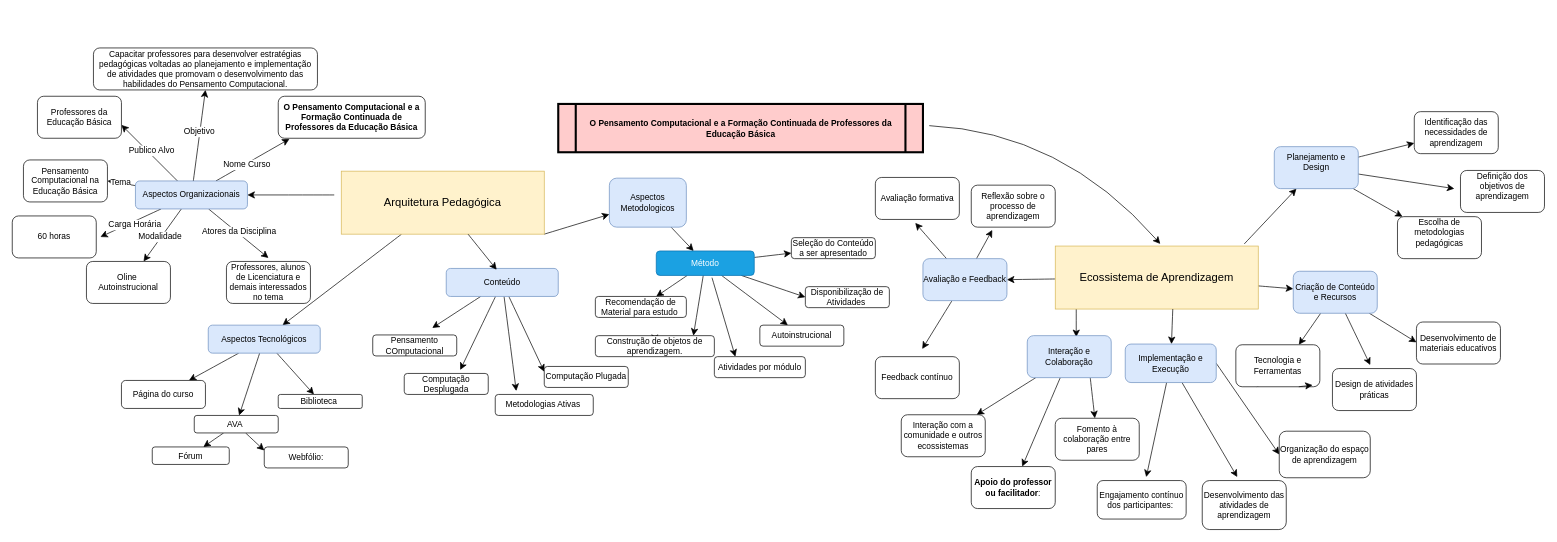
Above: Desgner Formação.drawio in RosianeSangali/RosianeSangali (draw.io), before the change. Source tidied: cells renumbered, new cells numbered last; positions are measured from the earlier drawing's top-left corner, leaving out a move shared by most shapes. Both pictures are drawn from the tidied source at 70%, with x=0, y=0 at pixel (12, 48).
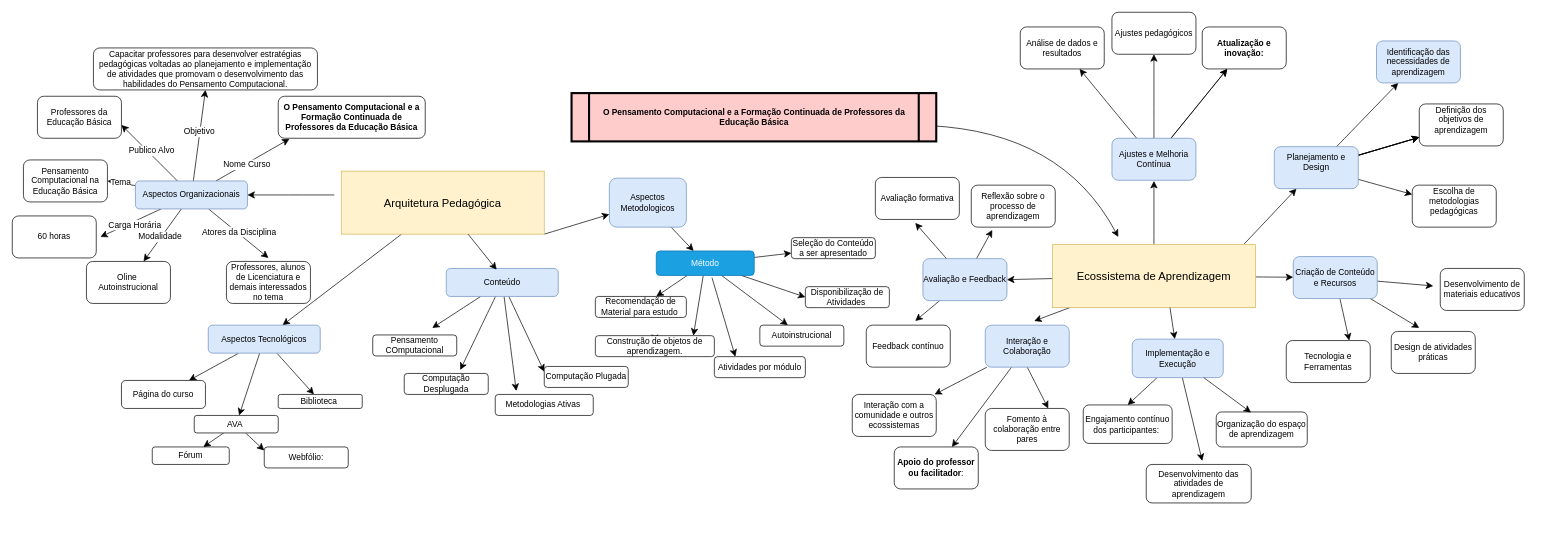
Above is the later version.

Unchanged cells that the change refers to:
```xml
<mxCell id="76" value="&#10;Planejamento e Design&#10;&#10;" style="rounded=1;whiteSpace=wrap;html=1;fillColor=#dae8fc;strokeColor=#6c8ebf;" parent="1" vertex="1">
  <mxGeometry x="1802.9" y="141" width="120" height="60" as="geometry" />
</mxCell>
<mxCell id="91" value="Avaliação e Feedback" style="rounded=1;whiteSpace=wrap;html=1;fillColor=#dae8fc;strokeColor=#6c8ebf;" parent="1" vertex="1">
  <mxGeometry x="1301" y="301" width="120" height="60" as="geometry" />
</mxCell>
```

What changed in the source:
```diff
@@
     <mxCell id="2" style="edgeStyle=none;curved=1;rounded=0;orthogonalLoop=1;jettySize=auto;html=1;fontSize=12;startSize=8;endSize=8;" parent="1" edge="1">
       <mxGeometry relative="1" as="geometry">
         <mxPoint x="1310" y="111" as="sourcePoint" />
-        <mxPoint x="1640" y="280" as="targetPoint" />
+        <mxPoint x="1580" y="270" as="targetPoint" />
         <Array as="points">
           <mxPoint x="1500" y="120" />
         </Array>
       </mxGeometry>
     </mxCell>
     <mxCell id="3" value="O Pensamento Computacional e a Formação Continuada de Professores da Educação Básica" style="shape=process;whiteSpace=wrap;align=center;verticalAlign=middle;size=0.0475;fontStyle=1;strokeWidth=3;fillColor=#FFCCCC;" parent="1" vertex="1">
-      <mxGeometry x="780" y="80" width="521" height="69" as="geometry" />
+      <mxGeometry x="799" y="64.5" width="521" height="69" as="geometry" />
     </mxCell>
@@
-    <mxCell id="5" style="edgeStyle=none;curved=1;rounded=0;orthogonalLoop=1;jettySize=auto;html=1;fontSize=12;startSize=8;endSize=8;" parent="1" edge="1">
-      <mxGeometry relative="1" as="geometry">
-        <mxPoint x="1520" y="370" as="sourcePoint" />
-        <mxPoint x="1520" y="413" as="targetPoint" />
-      </mxGeometry>
-    </mxCell>
@@
+    <mxCell id="112" style="edgeStyle=none;curved=1;rounded=0;jettySize=auto;html=1;fontSize=12;startSize=8;endSize=8;" parent="1" edge="1" source="8">
+      <mxGeometry relative="1" as="geometry">
+        <mxPoint x="1460" y="390" as="targetPoint" />
+      </mxGeometry>
+    </mxCell>
+    <mxCell id="113" style="edgeStyle=none;curved=1;rounded=0;jettySize=auto;html=1;fontSize=12;startSize=8;endSize=8;" parent="1" edge="1" source="8">
+      <mxGeometry relative="1" as="geometry">
+        <mxPoint x="1631" y="190" as="targetPoint" />
+      </mxGeometry>
+    </mxCell>
     <mxCell id="8" value="Ecossistema de Aprendizagem" style="text;strokeColor=#d6b656;fillColor=#fff2cc;html=1;align=center;verticalAlign=middle;whiteSpace=wrap;rounded=0;fontSize=16;" parent="1" vertex="1">
-      <mxGeometry x="1490" y="283" width="290" height="90" as="geometry" />
+      <mxGeometry x="1486" y="281" width="290" height="90" as="geometry" />
     </mxCell>
@@
-    <mxCell id="73" style="edgeStyle=none;curved=1;rounded=0;jettySize=auto;html=1;fontSize=12;startSize=8;endSize=8;" parent="1" edge="1" source="76">
-      <mxGeometry relative="1" as="geometry">
-        <mxPoint x="2060.1" y="201" as="targetPoint" />
-      </mxGeometry>
-    </mxCell>
+    <mxCell id="75" style="edgeStyle=none;curved=1;rounded=0;jettySize=auto;html=1;fontSize=12;startSize=8;endSize=8;" parent="1" edge="1" source="76" target="94">
+      <mxGeometry relative="1" as="geometry" />
+    </mxCell>
-    <mxCell id="74" style="edgeStyle=none;curved=1;rounded=0;jettySize=auto;html=1;fontSize=12;startSize=8;endSize=8;entryX=0;entryY=0.75;entryDx=0;entryDy=0;" parent="1" edge="1" source="76" target="92">
+    <mxCell id="74" style="edgeStyle=none;curved=1;rounded=0;jettySize=auto;html=1;fontSize=12;startSize=8;endSize=8;" parent="1" edge="1" source="76" target="92">
       <mxGeometry relative="1" as="geometry" />
     </mxCell>
-    <mxCell id="75" style="edgeStyle=none;curved=1;rounded=0;jettySize=auto;html=1;fontSize=12;startSize=8;endSize=8;" parent="1" edge="1" source="76" target="94">
-      <mxGeometry relative="1" as="geometry" />
-    </mxCell>
+    <mxCell id="114" style="edgeStyle=none;curved=1;rounded=0;jettySize=auto;html=1;fontSize=12;startSize=8;endSize=8;" parent="1" edge="1" source="76" target="93">
+      <mxGeometry relative="1" as="geometry" />
+    </mxCell>
+    <mxCell id="115" style="edgeStyle=none;curved=1;rounded=0;jettySize=auto;html=1;fontSize=12;startSize=8;endSize=8;" parent="1" edge="1" source="76" target="93">
+      <mxGeometry relative="1" as="geometry" />
+    </mxCell>
+    <mxCell id="116" style="edgeStyle=none;curved=1;rounded=0;jettySize=auto;html=1;fontSize=12;startSize=8;endSize=8;" parent="1" edge="1" source="76" target="93">
+      <mxGeometry relative="1" as="geometry" />
+    </mxCell>
+    <mxCell id="117" style="edgeStyle=none;curved=1;rounded=0;jettySize=auto;html=1;fontSize=12;startSize=8;endSize=8;" parent="1" edge="1" source="76" target="93">
+      <mxGeometry relative="1" as="geometry" />
+    </mxCell>
@@
-    <mxCell id="77" style="edgeStyle=none;curved=1;rounded=0;jettySize=auto;html=1;fontSize=12;startSize=8;endSize=8;exitX=0.75;exitY=1;exitDx=0;exitDy=0;" parent="1" edge="1" source="80" target="103">
+    <mxCell id="77" style="edgeStyle=none;curved=1;rounded=0;jettySize=auto;html=1;fontSize=12;startSize=8;endSize=8;exitX=0.5;exitY=1;exitDx=0;exitDy=0;entryX=0.75;entryY=0;entryDx=0;entryDy=0;" parent="1" edge="1" source="80" target="103">
       <mxGeometry relative="1" as="geometry" />
     </mxCell>
@@
     <mxCell id="80" value="Interação e Colaboração" style="rounded=1;whiteSpace=wrap;html=1;fillColor=#dae8fc;strokeColor=#6c8ebf;" parent="1" vertex="1">
-      <mxGeometry x="1450" y="411" width="120" height="60" as="geometry" />
+      <mxGeometry x="1390" y="396" width="120" height="60" as="geometry" />
     </mxCell>
     <mxCell id="81" style="edgeStyle=none;curved=1;rounded=0;jettySize=auto;html=1;fontSize=12;startSize=8;endSize=8;" parent="1" edge="1" source="84">
       <mxGeometry relative="1" as="geometry">
-        <mxPoint x="2006" y="420.5" as="targetPoint" />
+        <mxPoint x="2030" y="340" as="targetPoint" />
       </mxGeometry>
     </mxCell>
     <mxCell id="82" style="edgeStyle=none;curved=1;rounded=0;jettySize=auto;html=1;fontSize=12;startSize=8;endSize=8;" parent="1" edge="1" source="84">
       <mxGeometry relative="1" as="geometry">
-        <mxPoint x="1940" y="453" as="targetPoint" />
+        <mxPoint x="2010" y="400" as="targetPoint" />
       </mxGeometry>
     </mxCell>
@@
     <mxCell id="84" value="Criação de Conteúdo e Recursos" style="rounded=1;whiteSpace=wrap;html=1;fillColor=#dae8fc;strokeColor=#6c8ebf;" parent="1" vertex="1">
-      <mxGeometry x="1830" y="319" width="120" height="60" as="geometry" />
+      <mxGeometry x="1830" y="298" width="120" height="60" as="geometry" />
     </mxCell>
-    <mxCell id="85" style="edgeStyle=none;curved=1;rounded=0;jettySize=auto;html=1;entryX=0;entryY=0.5;entryDx=0;entryDy=0;fontSize=12;startSize=8;endSize=8;exitX=1;exitY=0.5;exitDx=0;exitDy=0;" parent="1" edge="1" source="107" target="100">
-      <mxGeometry relative="1" as="geometry" />
-    </mxCell>
-    <mxCell id="86" style="edgeStyle=none;curved=1;rounded=0;jettySize=auto;html=1;fontSize=12;startSize=8;endSize=8;" parent="1" edge="1" source="107">
-      <mxGeometry relative="1" as="geometry">
-        <mxPoint x="1750" y="613" as="targetPoint" />
-      </mxGeometry>
-    </mxCell>
-    <mxCell id="87" style="edgeStyle=none;curved=1;rounded=0;jettySize=auto;html=1;fontSize=12;startSize=8;endSize=8;" parent="1" edge="1" source="107">
-      <mxGeometry relative="1" as="geometry">
-        <mxPoint x="1620" y="613" as="targetPoint" />
-      </mxGeometry>
-    </mxCell>
@@
     <mxCell id="90" style="edgeStyle=none;curved=1;rounded=0;jettySize=auto;html=1;fontSize=12;startSize=8;endSize=8;" parent="1" edge="1" source="91">
       <mxGeometry relative="1" as="geometry">
-        <mxPoint x="1300" y="430" as="targetPoint" />
+        <mxPoint x="1290" y="390" as="targetPoint" />
       </mxGeometry>
     </mxCell>
@@
-    <mxCell id="92" value="&lt;br&gt;Identificação das necessidades de aprendizagem&lt;div&gt;&lt;br&gt;&lt;/div&gt;" style="rounded=1;whiteSpace=wrap;html=1;" parent="1" vertex="1">
-      <mxGeometry x="2002.9" y="91" width="120" height="60" as="geometry" />
-    </mxCell>
     <mxCell id="93" value="&#10;Definição dos objetivos de aprendizagem&#10;&#10;" style="rounded=1;whiteSpace=wrap;html=1;" parent="1" vertex="1">
-      <mxGeometry x="2068.9" y="175" width="120" height="60" as="geometry" />
+      <mxGeometry x="2010" y="80" width="120" height="60" as="geometry" />
     </mxCell>
     <mxCell id="94" value="&#10;Escolha de metodologias pedagógicas&#10;&#10;" style="rounded=1;whiteSpace=wrap;html=1;" parent="1" vertex="1">
-      <mxGeometry x="1978.9" y="241" width="120" height="60" as="geometry" />
+      <mxGeometry x="2000" y="196" width="120" height="60" as="geometry" />
     </mxCell>
@@
     <mxCell id="96" value="Desenvolvimento de materiais educativos" style="rounded=1;whiteSpace=wrap;html=1;" parent="1" vertex="1">
-      <mxGeometry x="2006" y="391.5" width="120" height="60" as="geometry" />
+      <mxGeometry x="2040" y="315" width="120" height="60" as="geometry" />
     </mxCell>
     <mxCell id="97" value="Design de atividades práticas" style="rounded=1;whiteSpace=wrap;html=1;" parent="1" vertex="1">
-      <mxGeometry x="1886" y="458" width="120" height="60" as="geometry" />
+      <mxGeometry x="1970" y="405" width="120" height="60" as="geometry" />
     </mxCell>
-    <mxCell id="98" style="edgeStyle=none;curved=1;rounded=0;jettySize=auto;html=1;exitX=0.25;exitY=1;exitDx=0;exitDy=0;fontSize=12;startSize=8;endSize=8;" parent="1" edge="1" source="99">
-      <mxGeometry relative="1" as="geometry">
-        <mxPoint x="1800" y="473" as="targetPoint" />
-      </mxGeometry>
-    </mxCell>
     <mxCell id="99" value="Tecnologia e Ferramentas" style="rounded=1;whiteSpace=wrap;html=1;" parent="1" vertex="1">
-      <mxGeometry x="1748" y="424" width="120" height="60" as="geometry" />
+      <mxGeometry x="1820" y="418" width="120" height="60" as="geometry" />
     </mxCell>
     <mxCell id="100" value="Organização do espaço de aprendizagem" style="rounded=1;whiteSpace=wrap;html=1;" parent="1" vertex="1">
-      <mxGeometry x="1810" y="547.5" width="130" height="66.5" as="geometry" />
+      <mxGeometry x="1720" y="520" width="130" height="50" as="geometry" />
     </mxCell>
     <mxCell id="101" value="Desenvolvimento das atividades de aprendizagem" style="rounded=1;whiteSpace=wrap;html=1;" parent="1" vertex="1">
-      <mxGeometry x="1700" y="618" width="120" height="70" as="geometry" />
+      <mxGeometry x="1620" y="595" width="150" height="55" as="geometry" />
     </mxCell>
     <mxCell id="102" value="Engajamento contínuo dos participantes:&amp;nbsp;" style="rounded=1;whiteSpace=wrap;html=1;" parent="1" vertex="1">
-      <mxGeometry x="1550" y="618" width="127" height="55" as="geometry" />
+      <mxGeometry x="1530" y="510" width="127" height="55" as="geometry" />
     </mxCell>
     <mxCell id="103" value="Fomento à colaboração entre pares" style="rounded=1;whiteSpace=wrap;html=1;" parent="1" vertex="1">
-      <mxGeometry x="1490" y="529" width="120" height="60" as="geometry" />
+      <mxGeometry x="1390" y="515" width="120" height="60" as="geometry" />
     </mxCell>
     <mxCell id="104" value="Interação com a comunidade e outros ecossistemas" style="rounded=1;whiteSpace=wrap;html=1;" parent="1" vertex="1">
-      <mxGeometry x="1270" y="524" width="120" height="60" as="geometry" />
+      <mxGeometry x="1200" y="495" width="120" height="60" as="geometry" />
     </mxCell>
     <mxCell id="105" value="&lt;strong&gt;Apoio do professor ou facilitador&lt;/strong&gt;:" style="rounded=1;whiteSpace=wrap;html=1;" parent="1" vertex="1">
-      <mxGeometry x="1370" y="598" width="120" height="60" as="geometry" />
+      <mxGeometry x="1260" y="570" width="120" height="60" as="geometry" />
     </mxCell>
@@
+    <mxCell id="118" style="edgeStyle=none;curved=1;rounded=0;jettySize=auto;html=1;entryX=0.5;entryY=0;entryDx=0;entryDy=0;fontSize=12;startSize=8;endSize=8;" parent="1" edge="1" source="107" target="102">
+      <mxGeometry relative="1" as="geometry" />
+    </mxCell>
+    <mxCell id="119" style="edgeStyle=none;curved=1;rounded=0;jettySize=auto;html=1;fontSize=12;startSize=8;endSize=8;" parent="1" edge="1" source="107">
+      <mxGeometry relative="1" as="geometry">
+        <mxPoint x="1700" y="590" as="targetPoint" />
+      </mxGeometry>
+    </mxCell>
     <mxCell id="107" value="Implementação e Execução" style="rounded=1;whiteSpace=wrap;html=1;fillColor=#dae8fc;strokeColor=#6c8ebf;" parent="1" vertex="1">
-      <mxGeometry x="1590" y="423" width="130" height="55" as="geometry" />
+      <mxGeometry x="1600" y="416" width="130" height="55" as="geometry" />
     </mxCell>
@@
-    <mxCell id="109" style="edgeStyle=none;curved=1;rounded=0;orthogonalLoop=1;jettySize=auto;html=1;exitX=0.75;exitY=1;exitDx=0;exitDy=0;entryX=0.913;entryY=0.96;entryDx=0;entryDy=0;entryPerimeter=0;fontSize=12;startSize=8;endSize=8;" parent="1" edge="1" source="99" target="99">
-      <mxGeometry relative="1" as="geometry" />
-    </mxCell>
@@
     <mxCell id="111" value="Feedback contínuo" style="rounded=1;whiteSpace=wrap;html=1;" parent="1" vertex="1">
-      <mxGeometry x="1233" y="441" width="120" height="60" as="geometry" />
+      <mxGeometry x="1220" y="396" width="120" height="60" as="geometry" />
     </mxCell>
+    <mxCell id="120" style="edgeStyle=none;curved=1;rounded=0;orthogonalLoop=1;jettySize=auto;html=1;exitX=0.75;exitY=1;exitDx=0;exitDy=0;fontSize=12;startSize=8;endSize=8;" parent="1" edge="1" source="102" target="102">
+      <mxGeometry relative="1" as="geometry" />
+    </mxCell>
+    <mxCell id="85" style="edgeStyle=none;curved=1;rounded=0;jettySize=auto;html=1;entryX=0.382;entryY=0.016;entryDx=0;entryDy=0;entryPerimeter=0;fontSize=12;startSize=8;endSize=8;" parent="1" edge="1" source="107" target="100">
+      <mxGeometry relative="1" as="geometry" />
+    </mxCell>
+    <mxCell id="121" style="edgeStyle=none;curved=1;rounded=0;jettySize=auto;html=1;fontSize=12;startSize=8;endSize=8;" parent="1" edge="1" source="125" target="126">
+      <mxGeometry relative="1" as="geometry" />
+    </mxCell>
+    <mxCell id="122" style="edgeStyle=none;curved=1;rounded=0;jettySize=auto;html=1;fontSize=12;startSize=8;endSize=8;" parent="1" edge="1" source="125" target="126">
+      <mxGeometry relative="1" as="geometry" />
+    </mxCell>
+    <mxCell id="123" style="edgeStyle=none;curved=1;rounded=0;jettySize=auto;html=1;fontSize=12;startSize=8;endSize=8;" parent="1" edge="1" source="125" target="127">
+      <mxGeometry relative="1" as="geometry" />
+    </mxCell>
+    <mxCell id="124" style="edgeStyle=none;curved=1;rounded=0;jettySize=auto;html=1;fontSize=12;startSize=8;endSize=8;" parent="1" edge="1" source="125" target="128">
+      <mxGeometry relative="1" as="geometry" />
+    </mxCell>
+    <mxCell id="125" value="Ajustes e Melhoria Contínua" style="rounded=1;whiteSpace=wrap;html=1;fillColor=#dae8fc;strokeColor=#6c8ebf;" parent="1" vertex="1">
+      <mxGeometry x="1571" y="129" width="120" height="60" as="geometry" />
+    </mxCell>
+    <mxCell id="126" value="&lt;b&gt;Atualização e inovação:&lt;/b&gt;" style="whiteSpace=wrap;html=1;rounded=1;" parent="1" vertex="1">
+      <mxGeometry x="1700" y="-30" width="120" height="60" as="geometry" />
+    </mxCell>
+    <mxCell id="127" value="Análise de dados e resultados" style="whiteSpace=wrap;html=1;rounded=1;" parent="1" vertex="1">
+      <mxGeometry x="1440" y="-30" width="120" height="60" as="geometry" />
+    </mxCell>
+    <mxCell id="128" value="Ajustes pedagógicos" style="whiteSpace=wrap;html=1;rounded=1;" parent="1" vertex="1">
+      <mxGeometry x="1571" y="-51" width="120" height="60" as="geometry" />
+    </mxCell>
+    <mxCell id="92" value="&lt;br&gt;Identificação das necessidades de aprendizagem&lt;div&gt;&lt;br&gt;&lt;/div&gt;" style="whiteSpace=wrap;html=1;fillColor=#dae8fc;strokeColor=#6c8ebf;rounded=1;" parent="1" vertex="1">
+      <mxGeometry x="1948.9" y="-10" width="120" height="60" as="geometry" />
+    </mxCell>
```
